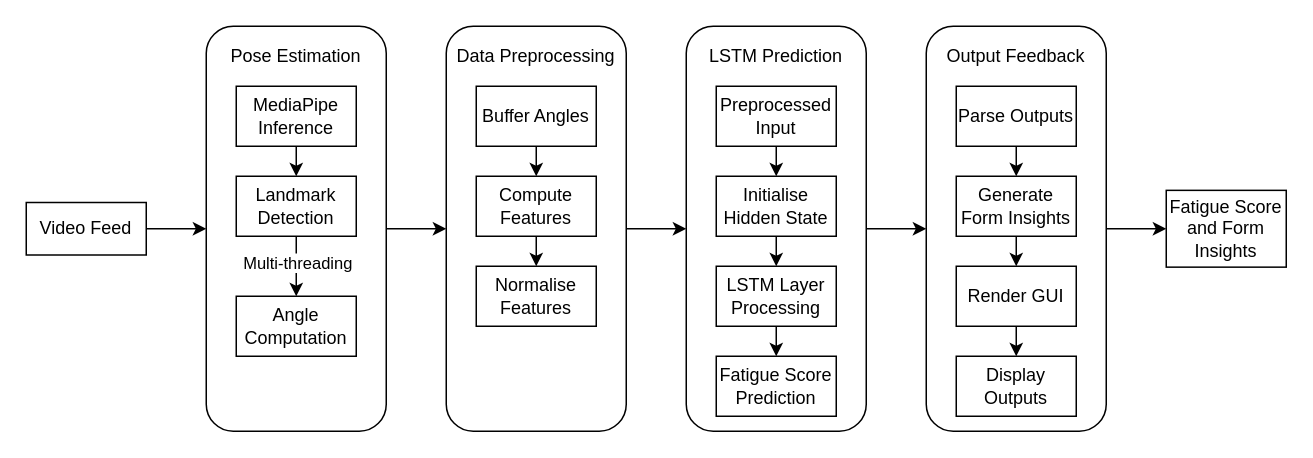
MorganFxrmer/COMP3932_Synoptic_Project keeps this draw.io diagram as Report/Pictures/integration pipeline.drawio. Above is the earlier version. Source tidied: cells renumbered, new cells numbered last; positions are measured from the earlier drawing's top-left corner, leaving out a move shared by most shapes. Both pictures are drawn from the tidied source at 150%, with x=0, y=0 at pixel (26, 26).
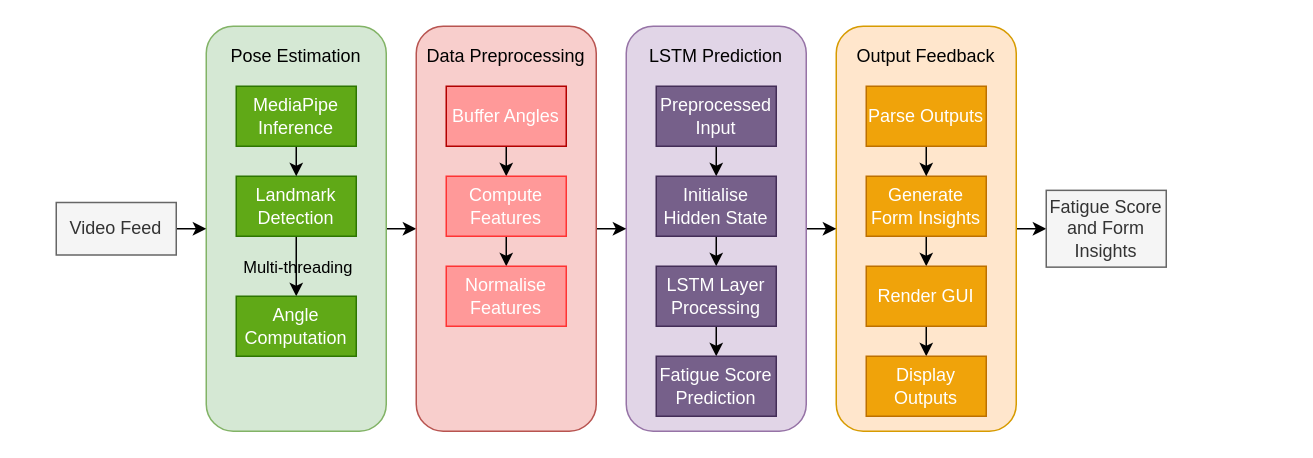
The same diagram, later.

The change refers to these unchanged cells:
```xml
<mxCell id="12" style="edgeStyle=orthogonalEdgeStyle;rounded=0;jettySize=auto;html=1;exitX=0.5;exitY=1;exitDx=0;exitDy=0;entryX=0.5;entryY=0;entryDx=0;entryDy=0;" parent="1" edge="1" source="14" target="15">
  <mxGeometry relative="1" as="geometry" />
</mxCell>
```

Change to the diagram source:
```diff
@@
-    <mxCell id="3" style="rounded=1;whiteSpace=wrap;html=1;" parent="1" vertex="1">
-      <mxGeometry x="600" width="120" height="270" as="geometry" />
+    <mxCell id="3" style="rounded=1;whiteSpace=wrap;html=1;fillColor=#ffe6cc;strokeColor=#d79b00;" parent="1" vertex="1">
+      <mxGeometry x="540" width="120" height="270" as="geometry" />
     </mxCell>
@@
-    <mxCell id="5" style="rounded=1;whiteSpace=wrap;html=1;" parent="1" vertex="1">
-      <mxGeometry x="440" width="120" height="270" as="geometry" />
+    <mxCell id="5" style="rounded=1;whiteSpace=wrap;html=1;fillColor=#e1d5e7;strokeColor=#9673a6;" parent="1" vertex="1">
+      <mxGeometry x="400" width="120" height="270" as="geometry" />
     </mxCell>
@@
-    <mxCell id="7" style="rounded=1;whiteSpace=wrap;html=1;" parent="1" vertex="1">
+    <mxCell id="7" style="rounded=1;whiteSpace=wrap;html=1;fillColor=#d5e8d4;strokeColor=#82b366;" parent="1" vertex="1">
       <mxGeometry x="120" width="120" height="270" as="geometry" />
     </mxCell>
@@
-    <mxCell id="9" style="rounded=1;whiteSpace=wrap;html=1;" parent="1" vertex="1">
-      <mxGeometry x="280" width="120" height="270" as="geometry" />
+    <mxCell id="9" style="rounded=1;whiteSpace=wrap;html=1;fillColor=#f8cecc;strokeColor=#b85450;" parent="1" vertex="1">
+      <mxGeometry x="260" width="120" height="270" as="geometry" />
     </mxCell>
@@
-    <mxCell id="11" value="Video Feed" style="rounded=0;whiteSpace=wrap;html=1;" parent="1" vertex="1">
-      <mxGeometry y="117.5" width="80" height="35" as="geometry" />
+    <mxCell id="11" value="Video Feed" style="rounded=0;whiteSpace=wrap;html=1;fillColor=#f5f5f5;fontColor=#333333;strokeColor=#666666;" parent="1" vertex="1">
+      <mxGeometry x="20" y="117.5" width="80" height="35" as="geometry" />
     </mxCell>
@@
-    <mxCell id="13" value="Multi-threading" style="edgeLabel;html=1;align=center;verticalAlign=middle;" parent="12" vertex="1">
-      <mxGeometry x="-0.15" relative="1" as="geometry" />
+    <mxCell id="13" value="Multi-threading" style="edgeLabel;html=1;align=center;verticalAlign=middle;labelBackgroundColor=none;fontColor=#000000;" parent="12" vertex="1">
+      <mxGeometry x="-0.15" relative="1" as="geometry">
+        <mxPoint y="3" as="offset" />
+      </mxGeometry>
     </mxCell>
-    <mxCell id="14" value="Landmark Detection" style="rounded=0;whiteSpace=wrap;html=1;" parent="1" vertex="1">
+    <mxCell id="14" value="Landmark Detection" style="rounded=0;whiteSpace=wrap;html=1;fillColor=#60a917;fontColor=#ffffff;strokeColor=#2D7600;" parent="1" vertex="1">
       <mxGeometry x="140" y="100" width="80" height="40" as="geometry" />
     </mxCell>
-    <mxCell id="15" value="Angle Computation" style="rounded=0;whiteSpace=wrap;html=1;" parent="1" vertex="1">
+    <mxCell id="15" value="Angle Computation" style="rounded=0;whiteSpace=wrap;html=1;fillColor=#60a917;fontColor=#ffffff;strokeColor=#2D7600;" parent="1" vertex="1">
       <mxGeometry x="140" y="180" width="80" height="40" as="geometry" />
     </mxCell>
@@
-    <mxCell id="17" value="Buffer Angles" style="rounded=0;whiteSpace=wrap;html=1;" parent="1" vertex="1">
-      <mxGeometry x="300" y="40" width="80" height="40" as="geometry" />
+    <mxCell id="17" value="Buffer Angles" style="rounded=0;whiteSpace=wrap;html=1;fillColor=#FF9999;fontColor=#ffffff;strokeColor=#B20000;" parent="1" vertex="1">
+      <mxGeometry x="280" y="40" width="80" height="40" as="geometry" />
     </mxCell>
-    <mxCell id="18" style="edgeStyle=orthogonalEdgeStyle;rounded=0;jettySize=auto;html=1;exitX=0.5;exitY=1;exitDx=0;exitDy=0;entryX=0.5;entryY=0;entryDx=0;entryDy=0;" parent="1" edge="1" source="19" target="20">
-      <mxGeometry relative="1" as="geometry" />
+    <mxCell id="18" style="edgeStyle=orthogonalEdgeStyle;rounded=0;jettySize=auto;html=1;exitX=0.5;exitY=1;exitDx=0;exitDy=0;entryX=0.5;entryY=0;entryDx=0;entryDy=0;" parent="1" edge="1" source="19">
+      <mxGeometry relative="1" as="geometry">
+        <mxPoint x="320" y="160" as="targetPoint" />
+      </mxGeometry>
     </mxCell>
-    <mxCell id="19" value="Compute Features" style="rounded=0;whiteSpace=wrap;html=1;" parent="1" vertex="1">
-      <mxGeometry x="300" y="100" width="80" height="40" as="geometry" />
+    <mxCell id="19" value="Compute Features" style="rounded=0;whiteSpace=wrap;html=1;fillColor=#FF9999;strokeColor=#FF3333;fontColor=#FFFFFF;" parent="1" vertex="1">
+      <mxGeometry x="280" y="100" width="80" height="40" as="geometry" />
     </mxCell>
-    <mxCell id="20" value="Normalise Features" style="rounded=0;whiteSpace=wrap;html=1;" parent="1" vertex="1">
-      <mxGeometry x="300" y="160" width="80" height="40" as="geometry" />
-    </mxCell>
@@
-    <mxCell id="22" value="Preprocessed Input" style="rounded=0;whiteSpace=wrap;html=1;" parent="1" vertex="1">
-      <mxGeometry x="460" y="40" width="80" height="40" as="geometry" />
+    <mxCell id="22" value="Preprocessed Input" style="rounded=0;whiteSpace=wrap;html=1;fillColor=#76608a;fontColor=#ffffff;strokeColor=#432D57;" parent="1" vertex="1">
+      <mxGeometry x="420" y="40" width="80" height="40" as="geometry" />
     </mxCell>
@@
-    <mxCell id="24" value="Initialise Hidden State" style="rounded=0;whiteSpace=wrap;html=1;" parent="1" vertex="1">
-      <mxGeometry x="460" y="100" width="80" height="40" as="geometry" />
+    <mxCell id="24" value="Initialise Hidden State" style="rounded=0;whiteSpace=wrap;html=1;fillColor=#76608a;fontColor=#ffffff;strokeColor=#432D57;" parent="1" vertex="1">
+      <mxGeometry x="420" y="100" width="80" height="40" as="geometry" />
     </mxCell>
@@
-    <mxCell id="26" value="Generate Form Insights" style="rounded=0;whiteSpace=wrap;html=1;" parent="1" vertex="1">
-      <mxGeometry x="620" y="100" width="80" height="40" as="geometry" />
+    <mxCell id="26" value="Generate Form Insights" style="rounded=0;whiteSpace=wrap;html=1;fillColor=#f0a30a;fontColor=#FFFFFF;strokeColor=#BD7000;" parent="1" vertex="1">
+      <mxGeometry x="560" y="100" width="80" height="40" as="geometry" />
     </mxCell>
@@
-    <mxCell id="28" value="Parse Outputs" style="rounded=0;whiteSpace=wrap;html=1;" parent="1" vertex="1">
-      <mxGeometry x="620" y="40" width="80" height="40" as="geometry" />
+    <mxCell id="28" value="Parse Outputs" style="rounded=0;whiteSpace=wrap;html=1;fillColor=#f0a30a;fontColor=#FFFFFF;strokeColor=#BD7000;" parent="1" vertex="1">
+      <mxGeometry x="560" y="40" width="80" height="40" as="geometry" />
     </mxCell>
@@
     <mxCell id="30" value="Data Preprocessing" style="text;html=1;align=center;verticalAlign=middle;whiteSpace=wrap;rounded=0;" parent="1" vertex="1">
-      <mxGeometry x="285" y="5" width="110" height="30" as="geometry" />
+      <mxGeometry x="265" y="5" width="110" height="30" as="geometry" />
     </mxCell>
     <mxCell id="31" value="LSTM Prediction" style="text;html=1;align=center;verticalAlign=middle;whiteSpace=wrap;rounded=0;" parent="1" vertex="1">
-      <mxGeometry x="445" y="5" width="110" height="30" as="geometry" />
+      <mxGeometry x="405" y="5" width="110" height="30" as="geometry" />
     </mxCell>
     <mxCell id="32" value="Output Feedback" style="text;html=1;align=center;verticalAlign=middle;whiteSpace=wrap;rounded=0;" parent="1" vertex="1">
-      <mxGeometry x="605" y="5" width="110" height="30" as="geometry" />
+      <mxGeometry x="545" y="5" width="110" height="30" as="geometry" />
     </mxCell>
@@
-    <mxCell id="34" value="LSTM Layer Processing" style="rounded=0;whiteSpace=wrap;html=1;" parent="1" vertex="1">
-      <mxGeometry x="460" y="160" width="80" height="40" as="geometry" />
+    <mxCell id="34" value="LSTM Layer Processing" style="rounded=0;whiteSpace=wrap;html=1;fillColor=#76608a;fontColor=#ffffff;strokeColor=#432D57;" parent="1" vertex="1">
+      <mxGeometry x="420" y="160" width="80" height="40" as="geometry" />
     </mxCell>
-    <mxCell id="35" value="Fatigue Score Prediction" style="rounded=0;whiteSpace=wrap;html=1;" parent="1" vertex="1">
-      <mxGeometry x="460" y="220" width="80" height="40" as="geometry" />
+    <mxCell id="35" value="Fatigue Score Prediction" style="rounded=0;whiteSpace=wrap;html=1;fillColor=#76608a;fontColor=#ffffff;strokeColor=#432D57;" parent="1" vertex="1">
+      <mxGeometry x="420" y="220" width="80" height="40" as="geometry" />
     </mxCell>
@@
-    <mxCell id="37" value="MediaPipe Inference" style="rounded=0;whiteSpace=wrap;html=1;" parent="1" vertex="1">
+    <mxCell id="37" value="MediaPipe Inference" style="rounded=0;whiteSpace=wrap;html=1;fillColor=#60a917;fontColor=#ffffff;strokeColor=#2D7600;" parent="1" vertex="1">
       <mxGeometry x="140" y="40" width="80" height="40" as="geometry" />
     </mxCell>
@@
-    <mxCell id="39" value="Render GUI" style="rounded=0;whiteSpace=wrap;html=1;" parent="1" vertex="1">
-      <mxGeometry x="620" y="160" width="80" height="40" as="geometry" />
+    <mxCell id="39" value="Render GUI" style="rounded=0;whiteSpace=wrap;html=1;fillColor=#f0a30a;fontColor=#FFFFFF;strokeColor=#BD7000;" parent="1" vertex="1">
+      <mxGeometry x="560" y="160" width="80" height="40" as="geometry" />
     </mxCell>
-    <mxCell id="40" value="Fatigue Score and Form Insights" style="rounded=0;whiteSpace=wrap;html=1;" parent="1" vertex="1">
-      <mxGeometry x="760" y="109.4" width="80" height="51.2" as="geometry" />
+    <mxCell id="40" value="Fatigue Score and Form Insights" style="rounded=0;whiteSpace=wrap;html=1;fillColor=#f5f5f5;fontColor=#333333;strokeColor=#666666;" parent="1" vertex="1">
+      <mxGeometry x="680" y="109.4" width="80" height="51.2" as="geometry" />
     </mxCell>
-    <mxCell id="41" value="Display Outputs" style="rounded=0;whiteSpace=wrap;html=1;" parent="1" vertex="1">
-      <mxGeometry x="620" y="220" width="80" height="40" as="geometry" />
+    <mxCell id="41" value="Display Outputs" style="rounded=0;whiteSpace=wrap;html=1;fillColor=#f0a30a;fontColor=#FFFFFF;strokeColor=#BD7000;" parent="1" vertex="1">
+      <mxGeometry x="560" y="220" width="80" height="40" as="geometry" />
     </mxCell>
+    <mxCell id="20" value="Normalise Features" style="rounded=0;whiteSpace=wrap;html=1;fillColor=#FF9999;strokeColor=#FF3333;fontColor=#FFFFFF;" parent="1" vertex="1">
+      <mxGeometry x="280" y="160" width="80" height="40" as="geometry" />
+    </mxCell>
```
